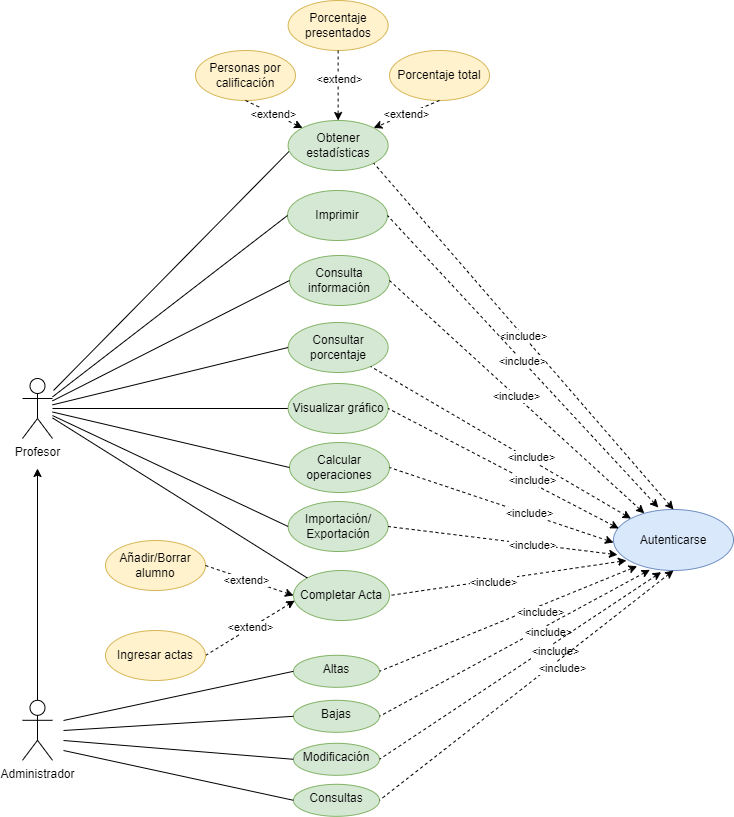
Above: Tareas/casosUso/Tarea6-Gestión Profesores/img/GestionProfesores.drawio.png in colidom/ets (draw.io), before the change. Source tidied: cells renumbered, new cells last; positions are measured from the earlier drawing's top-left corner, leaving out a move shared by most shapes.
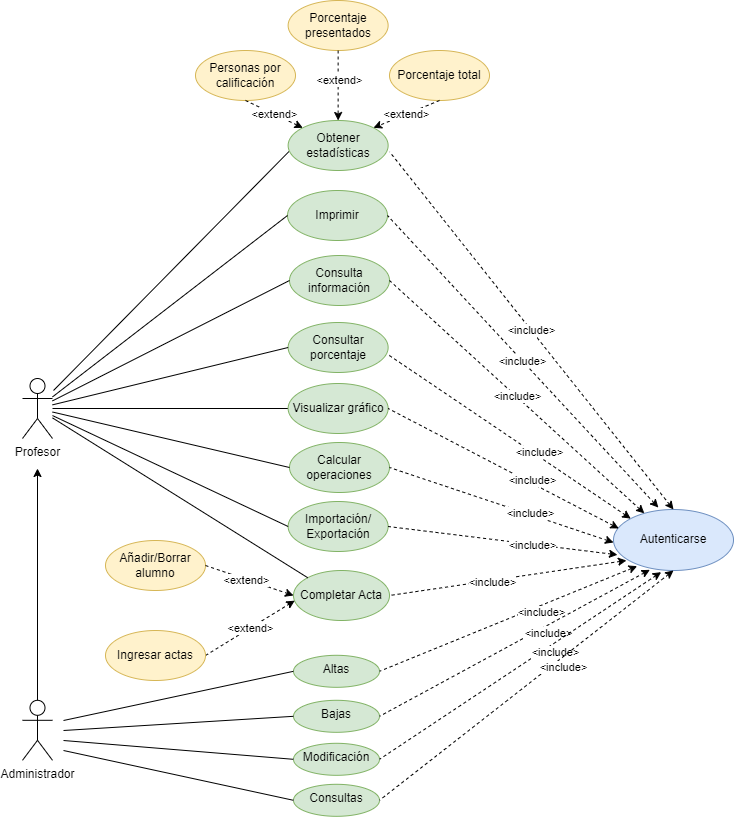
Later version of the same file.

The edit, as a diff of the source:
```diff
@@ -75,7 +75,7 @@
     <mxCell id="24" value="&amp;lt;include&amp;gt;" style="edgeStyle=none;rounded=0;jettySize=auto;html=1;startArrow=classic;startFill=1;endArrow=none;endFill=0;entryX=1;entryY=0.5;entryDx=0;entryDy=0;dashed=1;" parent="1" edge="1" source="10" target="11">
       <mxGeometry relative="1" as="geometry" />
     </mxCell>
-    <mxCell id="25" value="&amp;lt;include&amp;gt;" style="edgeStyle=none;rounded=0;jettySize=auto;html=1;startArrow=classic;startFill=1;endArrow=none;endFill=0;entryX=1;entryY=1;entryDx=0;entryDy=0;dashed=1;exitX=0.5;exitY=0;exitDx=0;exitDy=0;" parent="1" edge="1" source="10" target="12">
+    <mxCell id="25" value="&amp;lt;include&amp;gt;" style="edgeStyle=none;rounded=0;jettySize=auto;html=1;startArrow=classic;startFill=1;endArrow=none;endFill=0;entryX=1.015;entryY=0.627;entryDx=0;entryDy=0;dashed=1;exitX=0.5;exitY=0;exitDx=0;exitDy=0;entryPerimeter=0;" parent="1" edge="1" source="10" target="12">
       <mxGeometry relative="1" as="geometry" />
     </mxCell>
     <mxCell id="26" value="&amp;lt;extend&amp;gt;" style="endArrow=classic;html=1;rounded=0;dashed=1;entryX=1;entryY=0;entryDx=0;entryDy=0;exitX=0.5;exitY=1;exitDx=0;exitDy=0;" parent="1" edge="1" source="15" target="12">
@@ -90,7 +90,7 @@
     <mxCell id="29" value="&amp;lt;extend&amp;gt;" style="endArrow=classic;html=1;rounded=0;dashed=1;exitX=0.5;exitY=1;exitDx=0;exitDy=0;entryX=0;entryY=0;entryDx=0;entryDy=0;" parent="1" edge="1" source="13" target="12">
       <mxGeometry relative="1" as="geometry" />
     </mxCell>
-    <mxCell id="30" style="endArrow=none;html=1;rounded=0;dashed=1;endFill=0;startArrow=classic;startFill=1;exitX=0;exitY=0;exitDx=0;exitDy=0;" parent="1" edge="1" source="10" target="16">
+    <mxCell id="30" style="endArrow=none;html=1;rounded=0;dashed=1;endFill=0;startArrow=classic;startFill=1;exitX=0;exitY=0;exitDx=0;exitDy=0;entryX=1.007;entryY=0.653;entryDx=0;entryDy=0;entryPerimeter=0;" parent="1" edge="1" source="10" target="16">
       <mxGeometry relative="1" as="geometry" />
     </mxCell>
     <mxCell id="31" value="&amp;lt;include&amp;gt;" style="edgeLabel;html=1;align=center;verticalAlign=middle;" parent="30" vertex="1">
```
